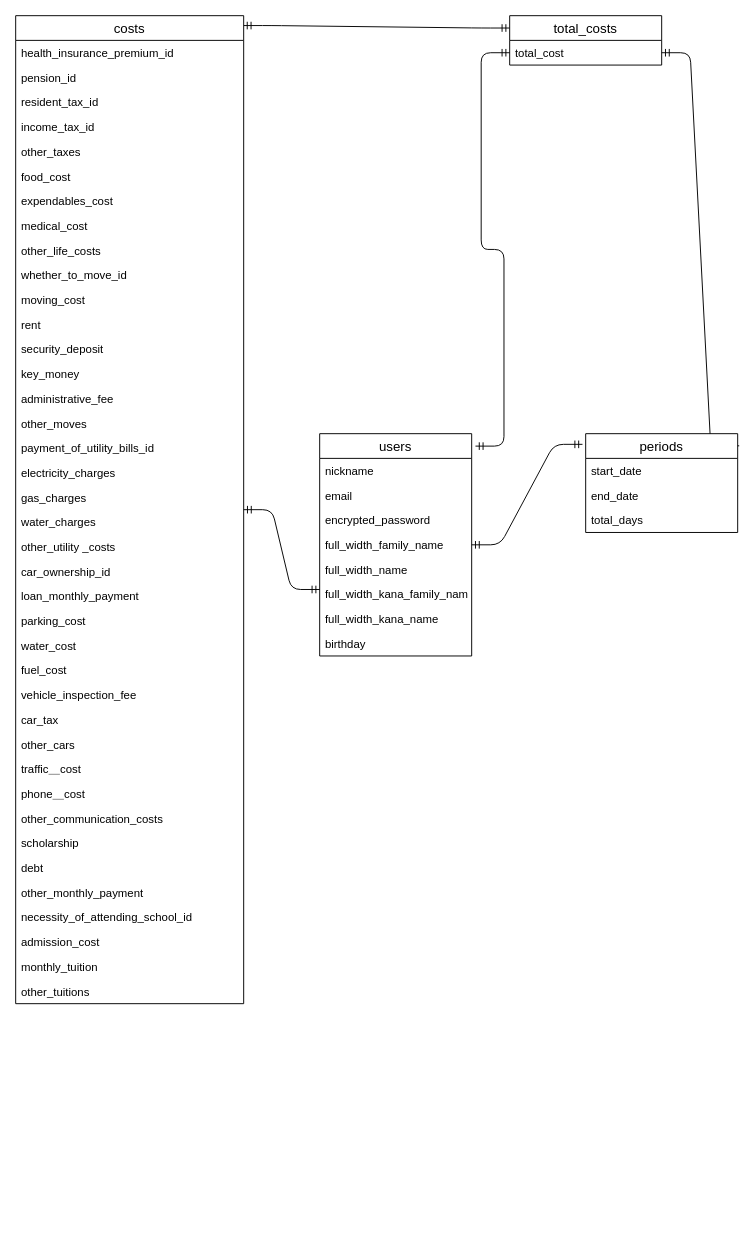
This is .drawio from fujikatatatsuki/tensuppo, a draw.io file, before an edit. Source tidied: cells renumbered, new cells numbered last; positions are measured from the earlier drawing's top-left corner, leaving out a move shared by most shapes. Both pictures are drawn from the tidied source at 95%, with x=0, y=0 at pixel (15, 15).
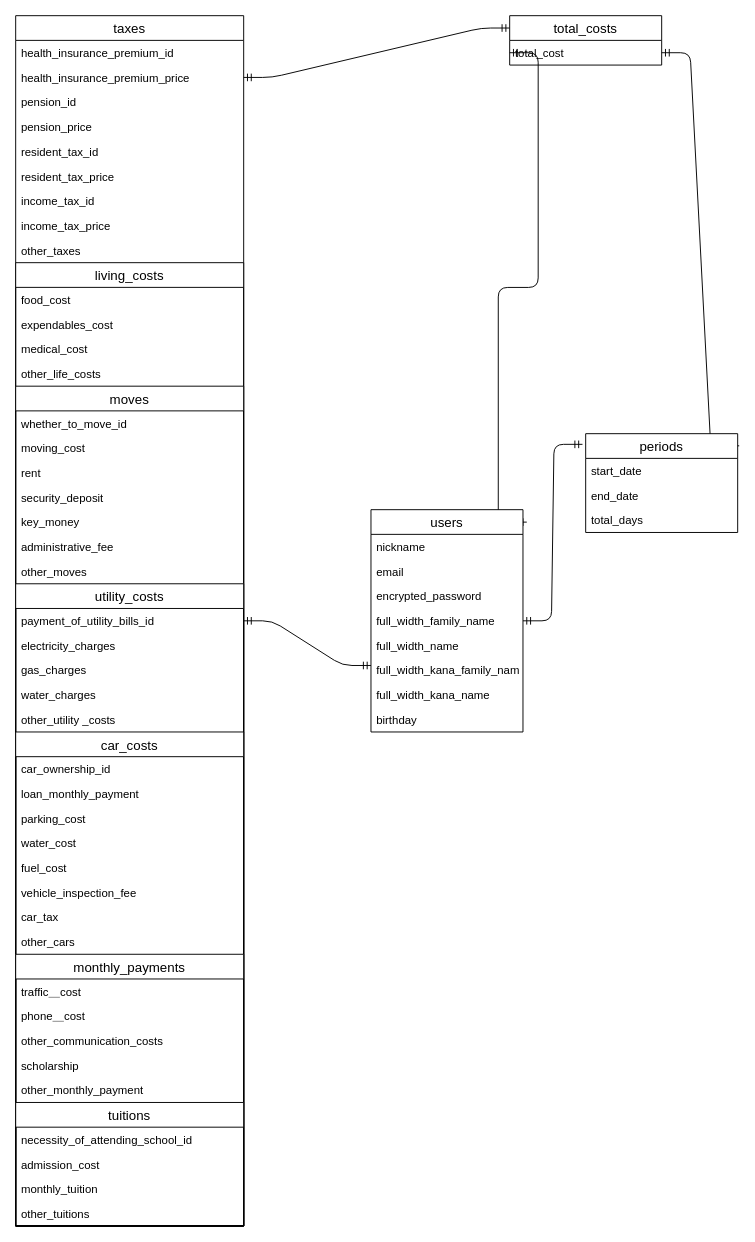
Above is the later version.

The change refers to these unchanged cells:
```xml
<mxCell id="4" value="total_costs" style="swimlane;fontStyle=0;horizontal=1;startSize=26;align=center;fontSize=14;" parent="1" vertex="1">
  <mxGeometry x="520" width="160" height="52" as="geometry" />
</mxCell>
```

Change to the diagram source:
```diff
@@
-    <mxCell id="3" style="edgeStyle=entityRelationEdgeStyle;fontSize=12;html=1;endArrow=ERmandOne;startArrow=ERmandOne;entryX=0;entryY=0.25;entryDx=0;entryDy=0;exitX=0.999;exitY=0.01;exitDx=0;exitDy=0;exitPerimeter=0;" parent="1" edge="1" source="6" target="4">
+    <mxCell id="3" style="edgeStyle=entityRelationEdgeStyle;fontSize=12;html=1;endArrow=ERmandOne;startArrow=ERmandOne;entryX=0;entryY=0.25;entryDx=0;entryDy=0;exitX=1;exitY=0.5;exitDx=0;exitDy=0;" parent="1" edge="1" source="62" target="4">
       <mxGeometry relative="1" as="geometry" />
     </mxCell>
@@
-    <mxCell id="6" value="costs" style="swimlane;fontStyle=0;horizontal=1;startSize=26;align=center;fontSize=14;" parent="1" vertex="1">
-      <mxGeometry width="240" height="1040" as="geometry" />
+    <mxCell id="6" value="taxes" style="swimlane;fontStyle=0;horizontal=1;startSize=26;align=center;fontSize=14;" parent="1" vertex="1">
+      <mxGeometry width="240" height="1274" as="geometry" />
     </mxCell>
@@
+    <mxCell id="62" value="health_insurance_premium_price" style="text;strokeColor=none;fillColor=none;spacingLeft=4;spacingRight=4;overflow=hidden;points=[[0,0.5],[1,0.5]];portConstraint=eastwest;fontSize=12;" parent="6" vertex="1">
+      <mxGeometry y="52" width="240" height="26" as="geometry" />
+    </mxCell>
     <mxCell id="8" value="pension_id" style="text;strokeColor=none;fillColor=none;spacingLeft=4;spacingRight=4;overflow=hidden;fontSize=12;" parent="6" vertex="1">
-      <mxGeometry y="52" width="240" height="26" as="geometry" />
+      <mxGeometry y="78" width="240" height="26" as="geometry" />
     </mxCell>
+    <mxCell id="63" value="pension_price" style="text;strokeColor=none;fillColor=none;spacingLeft=4;spacingRight=4;overflow=hidden;fontSize=12;" parent="6" vertex="1">
+      <mxGeometry y="104" width="240" height="26" as="geometry" />
+    </mxCell>
     <mxCell id="9" value="resident_tax_id" style="text;strokeColor=none;fillColor=none;spacingLeft=4;spacingRight=4;overflow=hidden;fontSize=12;" parent="6" vertex="1">
-      <mxGeometry y="78" width="240" height="26" as="geometry" />
+      <mxGeometry y="130" width="240" height="26" as="geometry" />
     </mxCell>
+    <mxCell id="64" value="resident_tax_price" style="text;strokeColor=none;fillColor=none;spacingLeft=4;spacingRight=4;overflow=hidden;fontSize=12;" parent="6" vertex="1">
+      <mxGeometry y="156" width="240" height="26" as="geometry" />
+    </mxCell>
     <mxCell id="10" value="income_tax_id " style="text;strokeColor=none;fillColor=none;spacingLeft=4;spacingRight=4;overflow=hidden;fontSize=12;" parent="6" vertex="1">
-      <mxGeometry y="104" width="240" height="26" as="geometry" />
+      <mxGeometry y="182" width="240" height="26" as="geometry" />
     </mxCell>
+    <mxCell id="65" value="income_tax_price" style="text;strokeColor=none;fillColor=none;spacingLeft=4;spacingRight=4;overflow=hidden;fontSize=12;" parent="6" vertex="1">
+      <mxGeometry y="208" width="240" height="26" as="geometry" />
+    </mxCell>
     <mxCell id="11" value="other_taxes" style="text;strokeColor=none;fillColor=none;spacingLeft=4;spacingRight=4;overflow=hidden;fontSize=12;" parent="6" vertex="1">
-      <mxGeometry y="130" width="240" height="26" as="geometry" />
+      <mxGeometry y="234" width="240" height="26" as="geometry" />
     </mxCell>
+    <mxCell id="66" value="living_costs" style="swimlane;fontStyle=0;horizontal=1;startSize=26;align=center;fontSize=14;" parent="6" vertex="1">
+      <mxGeometry y="260" width="240" height="1014" as="geometry" />
+    </mxCell>
-    <mxCell id="12" value="food_cost" style="text;strokeColor=none;fillColor=none;spacingLeft=4;spacingRight=4;overflow=hidden;fontSize=12;" parent="6" vertex="1">
-      <mxGeometry y="156" width="240" height="26" as="geometry" />
+    <mxCell id="12" value="food_cost" style="text;strokeColor=none;fillColor=none;spacingLeft=4;spacingRight=4;overflow=hidden;fontSize=12;" parent="66" vertex="1">
+      <mxGeometry y="26" width="240" height="26" as="geometry" />
     </mxCell>
-    <mxCell id="13" value="expendables_cost" style="text;strokeColor=none;fillColor=none;spacingLeft=4;spacingRight=4;overflow=hidden;fontSize=12;" parent="6" vertex="1">
-      <mxGeometry y="182" width="240" height="26" as="geometry" />
+    <mxCell id="13" value="expendables_cost" style="text;strokeColor=none;fillColor=none;spacingLeft=4;spacingRight=4;overflow=hidden;fontSize=12;" parent="66" vertex="1">
+      <mxGeometry y="52" width="240" height="26" as="geometry" />
     </mxCell>
-    <mxCell id="14" value="medical_cost" style="text;strokeColor=none;fillColor=none;spacingLeft=4;spacingRight=4;overflow=hidden;fontSize=12;" parent="6" vertex="1">
-      <mxGeometry y="208" width="240" height="26" as="geometry" />
+    <mxCell id="14" value="medical_cost" style="text;strokeColor=none;fillColor=none;spacingLeft=4;spacingRight=4;overflow=hidden;fontSize=12;" parent="66" vertex="1">
+      <mxGeometry y="78" width="240" height="26" as="geometry" />
     </mxCell>
-    <mxCell id="15" value="other_life_costs" style="text;strokeColor=none;fillColor=none;spacingLeft=4;spacingRight=4;overflow=hidden;fontSize=12;" parent="6" vertex="1">
-      <mxGeometry y="234" width="240" height="26" as="geometry" />
+    <mxCell id="15" value="other_life_costs" style="text;strokeColor=none;fillColor=none;spacingLeft=4;spacingRight=4;overflow=hidden;fontSize=12;" parent="66" vertex="1">
+      <mxGeometry y="104" width="240" height="26" as="geometry" />
     </mxCell>
+    <mxCell id="67" value="moves" style="swimlane;fontStyle=0;horizontal=1;startSize=26;align=center;fontSize=14;" parent="66" vertex="1">
+      <mxGeometry y="130" width="240" height="884" as="geometry" />
+    </mxCell>
-    <mxCell id="16" value="whether_to_move_id" style="text;strokeColor=none;fillColor=none;spacingLeft=4;spacingRight=4;overflow=hidden;fontSize=12;" parent="6" vertex="1">
-      <mxGeometry y="260" width="240" height="26" as="geometry" />
+    <mxCell id="16" value="whether_to_move_id" style="text;strokeColor=none;fillColor=none;spacingLeft=4;spacingRight=4;overflow=hidden;fontSize=12;" parent="67" vertex="1">
+      <mxGeometry y="26" width="240" height="26" as="geometry" />
     </mxCell>
-    <mxCell id="17" value="moving_cost " style="text;strokeColor=none;fillColor=none;spacingLeft=4;spacingRight=4;overflow=hidden;fontSize=12;" parent="6" vertex="1">
-      <mxGeometry y="286" width="240" height="26" as="geometry" />
+    <mxCell id="17" value="moving_cost " style="text;strokeColor=none;fillColor=none;spacingLeft=4;spacingRight=4;overflow=hidden;fontSize=12;" parent="67" vertex="1">
+      <mxGeometry y="52" width="240" height="26" as="geometry" />
     </mxCell>
-    <mxCell id="18" value="rent" style="text;strokeColor=none;fillColor=none;spacingLeft=4;spacingRight=4;overflow=hidden;fontSize=12;" parent="6" vertex="1">
-      <mxGeometry y="312" width="240" height="26" as="geometry" />
+    <mxCell id="18" value="rent" style="text;strokeColor=none;fillColor=none;spacingLeft=4;spacingRight=4;overflow=hidden;fontSize=12;" parent="67" vertex="1">
+      <mxGeometry y="78" width="240" height="26" as="geometry" />
     </mxCell>
-    <mxCell id="19" value="security_deposit" style="text;strokeColor=none;fillColor=none;spacingLeft=4;spacingRight=4;overflow=hidden;fontSize=12;" parent="6" vertex="1">
-      <mxGeometry y="338" width="240" height="26" as="geometry" />
+    <mxCell id="19" value="security_deposit" style="text;strokeColor=none;fillColor=none;spacingLeft=4;spacingRight=4;overflow=hidden;fontSize=12;" parent="67" vertex="1">
+      <mxGeometry y="104" width="240" height="26" as="geometry" />
     </mxCell>
-    <mxCell id="20" value="key_money" style="text;strokeColor=none;fillColor=none;spacingLeft=4;spacingRight=4;overflow=hidden;fontSize=12;" parent="6" vertex="1">
-      <mxGeometry y="364" width="240" height="26" as="geometry" />
+    <mxCell id="20" value="key_money" style="text;strokeColor=none;fillColor=none;spacingLeft=4;spacingRight=4;overflow=hidden;fontSize=12;" parent="67" vertex="1">
+      <mxGeometry y="130" width="240" height="26" as="geometry" />
     </mxCell>
-    <mxCell id="21" value="administrative_fee" style="text;strokeColor=none;fillColor=none;spacingLeft=4;spacingRight=4;overflow=hidden;fontSize=12;" parent="6" vertex="1">
-      <mxGeometry y="390" width="240" height="26" as="geometry" />
+    <mxCell id="21" value="administrative_fee" style="text;strokeColor=none;fillColor=none;spacingLeft=4;spacingRight=4;overflow=hidden;fontSize=12;" parent="67" vertex="1">
+      <mxGeometry y="156" width="240" height="26" as="geometry" />
     </mxCell>
-    <mxCell id="22" value="other_moves" style="text;strokeColor=none;fillColor=none;spacingLeft=4;spacingRight=4;overflow=hidden;fontSize=12;" parent="6" vertex="1">
-      <mxGeometry y="416" width="240" height="26" as="geometry" />
+    <mxCell id="22" value="other_moves" style="text;strokeColor=none;fillColor=none;spacingLeft=4;spacingRight=4;overflow=hidden;fontSize=12;" parent="67" vertex="1">
+      <mxGeometry y="182" width="240" height="26" as="geometry" />
     </mxCell>
+    <mxCell id="68" value="utility_costs" style="swimlane;fontStyle=0;horizontal=1;startSize=26;align=center;fontSize=14;" parent="67" vertex="1">
+      <mxGeometry y="208" width="240" height="676" as="geometry" />
+    </mxCell>
-    <mxCell id="23" value="payment_of_utility_bills_id" style="text;strokeColor=none;fillColor=none;spacingLeft=4;spacingRight=4;overflow=hidden;fontSize=12;" parent="6" vertex="1">
-      <mxGeometry y="442" width="240" height="26" as="geometry" />
+    <mxCell id="23" value="payment_of_utility_bills_id" style="text;strokeColor=none;fillColor=none;spacingLeft=4;spacingRight=4;overflow=hidden;fontSize=12;" parent="68" vertex="1">
+      <mxGeometry y="26" width="240" height="26" as="geometry" />
     </mxCell>
-    <mxCell id="24" value="electricity_charges " style="text;strokeColor=none;fillColor=none;spacingLeft=4;spacingRight=4;overflow=hidden;fontSize=12;" parent="6" vertex="1">
-      <mxGeometry y="468" width="240" height="26" as="geometry" />
+    <mxCell id="24" value="electricity_charges " style="text;strokeColor=none;fillColor=none;spacingLeft=4;spacingRight=4;overflow=hidden;fontSize=12;" parent="68" vertex="1">
+      <mxGeometry y="52" width="240" height="26" as="geometry" />
     </mxCell>
-    <mxCell id="25" value="gas_charges" style="text;strokeColor=none;fillColor=none;spacingLeft=4;spacingRight=4;overflow=hidden;fontSize=12;" parent="6" vertex="1">
-      <mxGeometry y="494" width="240" height="26" as="geometry" />
+    <mxCell id="25" value="gas_charges" style="text;strokeColor=none;fillColor=none;spacingLeft=4;spacingRight=4;overflow=hidden;fontSize=12;" parent="68" vertex="1">
+      <mxGeometry y="78" width="240" height="26" as="geometry" />
     </mxCell>
-    <mxCell id="26" value="water_charges" style="text;strokeColor=none;fillColor=none;spacingLeft=4;spacingRight=4;overflow=hidden;fontSize=12;" parent="6" vertex="1">
-      <mxGeometry y="520" width="240" height="26" as="geometry" />
+    <mxCell id="26" value="water_charges" style="text;strokeColor=none;fillColor=none;spacingLeft=4;spacingRight=4;overflow=hidden;fontSize=12;" parent="68" vertex="1">
+      <mxGeometry y="104" width="240" height="26" as="geometry" />
     </mxCell>
-    <mxCell id="27" value="other_utility _costs" style="text;strokeColor=none;fillColor=none;spacingLeft=4;spacingRight=4;overflow=hidden;fontSize=12;" parent="6" vertex="1">
-      <mxGeometry y="546" width="240" height="26" as="geometry" />
+    <mxCell id="27" value="other_utility _costs" style="text;strokeColor=none;fillColor=none;spacingLeft=4;spacingRight=4;overflow=hidden;fontSize=12;" parent="68" vertex="1">
+      <mxGeometry y="130" width="240" height="26" as="geometry" />
     </mxCell>
+    <mxCell id="69" value="car_costs" style="swimlane;fontStyle=0;horizontal=1;startSize=26;align=center;fontSize=14;" parent="68" vertex="1">
+      <mxGeometry y="156" width="240" height="520" as="geometry" />
+    </mxCell>
-    <mxCell id="28" value="car_ownership_id" style="text;strokeColor=none;fillColor=none;spacingLeft=4;spacingRight=4;overflow=hidden;fontSize=12;" parent="6" vertex="1">
-      <mxGeometry y="572" width="240" height="26" as="geometry" />
+    <mxCell id="28" value="car_ownership_id" style="text;strokeColor=none;fillColor=none;spacingLeft=4;spacingRight=4;overflow=hidden;fontSize=12;" parent="69" vertex="1">
+      <mxGeometry y="26" width="240" height="26" as="geometry" />
     </mxCell>
-    <mxCell id="29" value="loan_monthly_payment" style="text;strokeColor=none;fillColor=none;spacingLeft=4;spacingRight=4;overflow=hidden;fontSize=12;" parent="6" vertex="1">
-      <mxGeometry y="598" width="240" height="26" as="geometry" />
+    <mxCell id="29" value="loan_monthly_payment" style="text;strokeColor=none;fillColor=none;spacingLeft=4;spacingRight=4;overflow=hidden;fontSize=12;" parent="69" vertex="1">
+      <mxGeometry y="52" width="240" height="26" as="geometry" />
     </mxCell>
-    <mxCell id="30" value="parking_cost" style="text;strokeColor=none;fillColor=none;spacingLeft=4;spacingRight=4;overflow=hidden;fontSize=12;" parent="6" vertex="1">
-      <mxGeometry y="624" width="240" height="26" as="geometry" />
+    <mxCell id="30" value="parking_cost" style="text;strokeColor=none;fillColor=none;spacingLeft=4;spacingRight=4;overflow=hidden;fontSize=12;" parent="69" vertex="1">
+      <mxGeometry y="78" width="240" height="26" as="geometry" />
     </mxCell>
-    <mxCell id="31" value="water_cost  " style="text;strokeColor=none;fillColor=none;spacingLeft=4;spacingRight=4;overflow=hidden;fontSize=12;" parent="6" vertex="1">
-      <mxGeometry y="650" width="240" height="26" as="geometry" />
+    <mxCell id="31" value="water_cost  " style="text;strokeColor=none;fillColor=none;spacingLeft=4;spacingRight=4;overflow=hidden;fontSize=12;" parent="69" vertex="1">
+      <mxGeometry y="104" width="240" height="26" as="geometry" />
     </mxCell>
-    <mxCell id="32" value="fuel_cost" style="text;strokeColor=none;fillColor=none;spacingLeft=4;spacingRight=4;overflow=hidden;fontSize=12;" parent="6" vertex="1">
-      <mxGeometry y="676" width="240" height="26" as="geometry" />
+    <mxCell id="32" value="fuel_cost" style="text;strokeColor=none;fillColor=none;spacingLeft=4;spacingRight=4;overflow=hidden;fontSize=12;" parent="69" vertex="1">
+      <mxGeometry y="130" width="240" height="26" as="geometry" />
     </mxCell>
-    <mxCell id="33" value="vehicle_inspection_fee" style="text;strokeColor=none;fillColor=none;spacingLeft=4;spacingRight=4;overflow=hidden;fontSize=12;" parent="6" vertex="1">
-      <mxGeometry y="702" width="240" height="26" as="geometry" />
+    <mxCell id="33" value="vehicle_inspection_fee" style="text;strokeColor=none;fillColor=none;spacingLeft=4;spacingRight=4;overflow=hidden;fontSize=12;" parent="69" vertex="1">
+      <mxGeometry y="156" width="240" height="26" as="geometry" />
     </mxCell>
-    <mxCell id="34" value="car_tax" style="text;strokeColor=none;fillColor=none;spacingLeft=4;spacingRight=4;overflow=hidden;fontSize=12;" parent="6" vertex="1">
-      <mxGeometry y="728" width="240" height="26" as="geometry" />
+    <mxCell id="34" value="car_tax" style="text;strokeColor=none;fillColor=none;spacingLeft=4;spacingRight=4;overflow=hidden;fontSize=12;" parent="69" vertex="1">
+      <mxGeometry y="182" width="240" height="26" as="geometry" />
     </mxCell>
-    <mxCell id="35" value="other_cars" style="text;strokeColor=none;fillColor=none;spacingLeft=4;spacingRight=4;overflow=hidden;fontSize=12;" parent="6" vertex="1">
-      <mxGeometry y="754" width="240" height="26" as="geometry" />
+    <mxCell id="35" value="other_cars" style="text;strokeColor=none;fillColor=none;spacingLeft=4;spacingRight=4;overflow=hidden;fontSize=12;" parent="69" vertex="1">
+      <mxGeometry y="208" width="240" height="26" as="geometry" />
     </mxCell>
+    <mxCell id="70" value="monthly_payments" style="swimlane;fontStyle=0;horizontal=1;startSize=26;align=center;fontSize=14;" parent="69" vertex="1">
+      <mxGeometry y="234" width="240" height="286" as="geometry" />
+    </mxCell>
-    <mxCell id="36" value="traffic＿cost" style="text;strokeColor=none;fillColor=none;spacingLeft=4;spacingRight=4;overflow=hidden;fontSize=12;" parent="6" vertex="1">
-      <mxGeometry y="780" width="240" height="26" as="geometry" />
+    <mxCell id="36" value="traffic＿cost" style="text;strokeColor=none;fillColor=none;spacingLeft=4;spacingRight=4;overflow=hidden;fontSize=12;" parent="70" vertex="1">
+      <mxGeometry y="26" width="240" height="26" as="geometry" />
     </mxCell>
-    <mxCell id="37" value="phone＿cost" style="text;strokeColor=none;fillColor=none;spacingLeft=4;spacingRight=4;overflow=hidden;fontSize=12;" parent="6" vertex="1">
-      <mxGeometry y="806" width="240" height="26" as="geometry" />
+    <mxCell id="37" value="phone＿cost" style="text;strokeColor=none;fillColor=none;spacingLeft=4;spacingRight=4;overflow=hidden;fontSize=12;" parent="70" vertex="1">
+      <mxGeometry y="52" width="240" height="26" as="geometry" />
     </mxCell>
-    <mxCell id="38" value="other_communication_costs" style="text;strokeColor=none;fillColor=none;spacingLeft=4;spacingRight=4;overflow=hidden;fontSize=12;" parent="6" vertex="1">
-      <mxGeometry y="832" width="240" height="26" as="geometry" />
+    <mxCell id="38" value="other_communication_costs" style="text;strokeColor=none;fillColor=none;spacingLeft=4;spacingRight=4;overflow=hidden;fontSize=12;" parent="70" vertex="1">
+      <mxGeometry y="78" width="240" height="26" as="geometry" />
     </mxCell>
-    <mxCell id="39" value="scholarship" style="text;strokeColor=none;fillColor=none;spacingLeft=4;spacingRight=4;overflow=hidden;fontSize=12;" parent="6" vertex="1">
-      <mxGeometry y="858" width="240" height="26" as="geometry" />
+    <mxCell id="39" value="scholarship" style="text;strokeColor=none;fillColor=none;spacingLeft=4;spacingRight=4;overflow=hidden;fontSize=12;" parent="70" vertex="1">
+      <mxGeometry y="104" width="240" height="26" as="geometry" />
     </mxCell>
-    <mxCell id="40" value="debt" style="text;strokeColor=none;fillColor=none;spacingLeft=4;spacingRight=4;overflow=hidden;fontSize=12;" parent="6" vertex="1">
-      <mxGeometry y="884" width="240" height="26" as="geometry" />
-    </mxCell>
-    <mxCell id="41" value="other_monthly_payment" style="text;strokeColor=none;fillColor=none;spacingLeft=4;spacingRight=4;overflow=hidden;fontSize=12;" parent="6" vertex="1">
-      <mxGeometry y="910" width="240" height="26" as="geometry" />
+    <mxCell id="41" value="other_monthly_payment" style="text;strokeColor=none;fillColor=none;spacingLeft=4;spacingRight=4;overflow=hidden;fontSize=12;" parent="70" vertex="1">
+      <mxGeometry y="130" width="240" height="26" as="geometry" />
     </mxCell>
+    <mxCell id="71" value="tuitions" style="swimlane;fontStyle=0;horizontal=1;startSize=26;align=center;fontSize=14;" parent="70" vertex="1">
+      <mxGeometry y="156" width="240" height="130" as="geometry" />
+    </mxCell>
-    <mxCell id="42" value="necessity_of_attending_school_id" style="text;strokeColor=none;fillColor=none;spacingLeft=4;spacingRight=4;overflow=hidden;fontSize=12;" parent="6" vertex="1">
-      <mxGeometry y="936" width="240" height="26" as="geometry" />
+    <mxCell id="42" value="necessity_of_attending_school_id" style="text;strokeColor=none;fillColor=none;spacingLeft=4;spacingRight=4;overflow=hidden;fontSize=12;" parent="71" vertex="1">
+      <mxGeometry y="26" width="240" height="26" as="geometry" />
     </mxCell>
-    <mxCell id="43" value="admission_cost" style="text;strokeColor=none;fillColor=none;spacingLeft=4;spacingRight=4;overflow=hidden;fontSize=12;" parent="6" vertex="1">
-      <mxGeometry y="962" width="240" height="26" as="geometry" />
+    <mxCell id="43" value="admission_cost" style="text;strokeColor=none;fillColor=none;spacingLeft=4;spacingRight=4;overflow=hidden;fontSize=12;" parent="71" vertex="1">
+      <mxGeometry y="52" width="240" height="26" as="geometry" />
     </mxCell>
-    <mxCell id="44" value="monthly_tuition" style="text;strokeColor=none;fillColor=none;spacingLeft=4;spacingRight=4;overflow=hidden;fontSize=12;" parent="6" vertex="1">
-      <mxGeometry y="988" width="240" height="26" as="geometry" />
+    <mxCell id="44" value="monthly_tuition" style="text;strokeColor=none;fillColor=none;spacingLeft=4;spacingRight=4;overflow=hidden;fontSize=12;" parent="71" vertex="1">
+      <mxGeometry y="78" width="240" height="26" as="geometry" />
     </mxCell>
-    <mxCell id="45" value="other_tuitions" style="text;strokeColor=none;fillColor=none;spacingLeft=4;spacingRight=4;overflow=hidden;fontSize=12;" parent="6" vertex="1">
-      <mxGeometry y="1014" width="240" height="26" as="geometry" />
+    <mxCell id="45" value="other_tuitions" style="text;strokeColor=none;fillColor=none;spacingLeft=4;spacingRight=4;overflow=hidden;fontSize=12;" parent="71" vertex="1">
+      <mxGeometry y="104" width="240" height="26" as="geometry" />
     </mxCell>
@@
     <mxCell id="53" value="users" style="swimlane;fontStyle=0;horizontal=1;startSize=26;align=center;fontSize=14;" parent="1" vertex="1">
-      <mxGeometry x="320" y="440" width="160" height="234" as="geometry" />
+      <mxGeometry x="374" y="520" width="160" height="234" as="geometry" />
     </mxCell>
```
